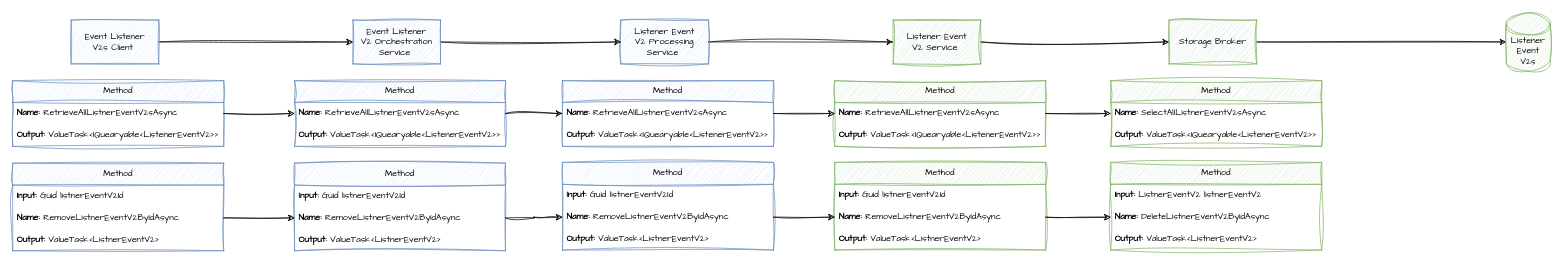
Above: page "RETRIEVE ALL AND REMOVE LISTENER EVENTV2" (5 of 5) of EventHighway.Designs/EVENTS.drawio in hassanhabib/EventHighway (draw.io), before the change. Source tidied: cells renumbered, new cells numbered last; positions are measured from the earlier drawing's top-left corner, leaving out a move shared by most shapes. Both pictures are drawn from the tidied source at 73%, with x=0, y=0 at pixel (12, 12).
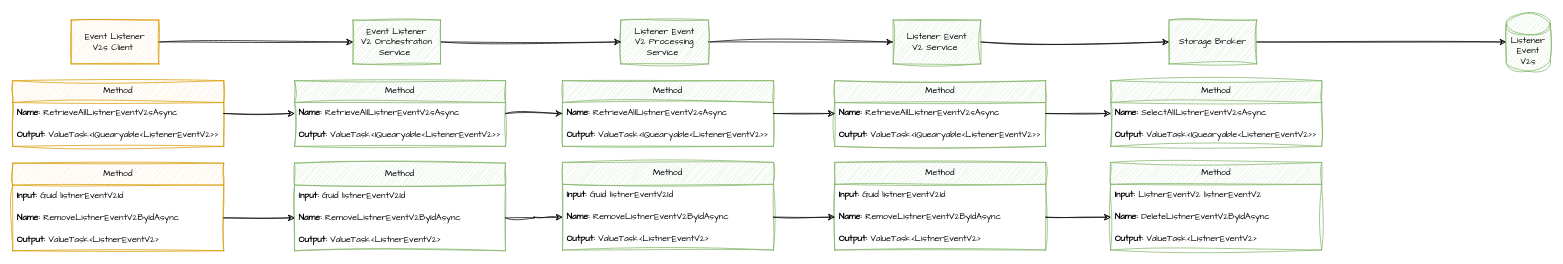
The same diagram, later.

Commit message:
STATUS: Retrieve & Remove Listener Event  As Of 17-03-25

The edit, as a diff of the source:
```diff
@@
-    <mxCell id="2" value="Method" style="swimlane;fontStyle=0;horizontal=1;startSize=30;whiteSpace=wrap;html=1;sketch=1;hachureGap=4;jiggle=2;curveFitting=1;fontFamily=Architects Daughter;fillColor=#dae8fc;strokeColor=#6c8ebf;" parent="1" vertex="1">
+    <mxCell id="2" value="Method" style="swimlane;fontStyle=0;horizontal=1;startSize=30;whiteSpace=wrap;html=1;sketch=1;hachureGap=4;jiggle=2;curveFitting=1;fontFamily=Architects Daughter;fillColor=#ffe6cc;strokeColor=#d79b00;" parent="1" vertex="1">
       <mxGeometry y="93" width="289" height="90" as="geometry" />
     </mxCell>
@@
-    <mxCell id="5" value="Method" style="swimlane;fontStyle=0;horizontal=1;startSize=30;whiteSpace=wrap;html=1;sketch=1;hachureGap=4;jiggle=2;curveFitting=1;fontFamily=Architects Daughter;fillColor=#dae8fc;strokeColor=#6c8ebf;" parent="1" vertex="1">
+    <mxCell id="5" value="Method" style="swimlane;fontStyle=0;horizontal=1;startSize=30;whiteSpace=wrap;html=1;sketch=1;hachureGap=4;jiggle=2;curveFitting=1;fontFamily=Architects Daughter;fillColor=#ffe6cc;strokeColor=#d79b00;" parent="1" vertex="1">
       <mxGeometry y="206" width="289" height="120" as="geometry" />
     </mxCell>
@@
-    <mxCell id="9" value="Method" style="swimlane;fontStyle=0;horizontal=1;startSize=30;whiteSpace=wrap;html=1;sketch=1;hachureGap=4;jiggle=2;curveFitting=1;fontFamily=Architects Daughter;fillColor=#dae8fc;strokeColor=#6c8ebf;" parent="1" vertex="1">
+    <mxCell id="9" value="Method" style="swimlane;fontStyle=0;horizontal=1;startSize=30;whiteSpace=wrap;html=1;sketch=1;hachureGap=4;jiggle=2;curveFitting=1;fontFamily=Architects Daughter;fillColor=#d5e8d4;strokeColor=#82b366;" parent="1" vertex="1">
       <mxGeometry x="386" y="93" width="289" height="90" as="geometry" />
     </mxCell>
@@
-    <mxCell id="12" value="Method" style="swimlane;fontStyle=0;horizontal=1;startSize=30;whiteSpace=wrap;html=1;sketch=1;hachureGap=4;jiggle=2;curveFitting=1;fontFamily=Architects Daughter;fillColor=#dae8fc;strokeColor=#6c8ebf;" parent="1" vertex="1">
+    <mxCell id="12" value="Method" style="swimlane;fontStyle=0;horizontal=1;startSize=30;whiteSpace=wrap;html=1;sketch=1;hachureGap=4;jiggle=2;curveFitting=1;fontFamily=Architects Daughter;fillColor=#d5e8d4;strokeColor=#82b366;" parent="1" vertex="1">
       <mxGeometry x="386" y="206" width="289" height="120" as="geometry" />
     </mxCell>
@@
-    <mxCell id="18" value="Method" style="swimlane;fontStyle=0;horizontal=1;startSize=30;whiteSpace=wrap;html=1;sketch=1;hachureGap=4;jiggle=2;curveFitting=1;fontFamily=Architects Daughter;fillColor=#dae8fc;strokeColor=#6c8ebf;" parent="1" vertex="1">
+    <mxCell id="18" value="Method" style="swimlane;fontStyle=0;horizontal=1;startSize=30;whiteSpace=wrap;html=1;sketch=1;hachureGap=4;jiggle=2;curveFitting=1;fontFamily=Architects Daughter;fillColor=#d5e8d4;strokeColor=#82b366;" parent="1" vertex="1">
       <mxGeometry x="753" y="93" width="289" height="90" as="geometry" />
     </mxCell>
@@
-    <mxCell id="21" value="Method" style="swimlane;fontStyle=0;horizontal=1;startSize=30;whiteSpace=wrap;html=1;sketch=1;hachureGap=4;jiggle=2;curveFitting=1;fontFamily=Architects Daughter;fillColor=#dae8fc;strokeColor=#6c8ebf;" parent="1" vertex="1">
+    <mxCell id="21" value="Method" style="swimlane;fontStyle=0;horizontal=1;startSize=30;whiteSpace=wrap;html=1;sketch=1;hachureGap=4;jiggle=2;curveFitting=1;fontFamily=Architects Daughter;fillColor=#d5e8d4;strokeColor=#82b366;" parent="1" vertex="1">
       <mxGeometry x="753" y="205" width="289" height="120" as="geometry" />
     </mxCell>
@@
-    <mxCell id="44" value="Listener Event&lt;div&gt;V2 Processing&lt;/div&gt;&lt;div&gt;&lt;span style=&quot;background-color: transparent; color: light-dark(rgb(0, 0, 0), rgb(255, 255, 255));&quot;&gt;Service&amp;nbsp;&lt;/span&gt;&lt;/div&gt;" style="rounded=0;whiteSpace=wrap;html=1;sketch=1;hachureGap=4;jiggle=2;curveFitting=1;fontFamily=Architects Daughter;fillColor=#dae8fc;strokeColor=#6c8ebf;" parent="1" vertex="1">
+    <mxCell id="44" value="Listener Event&lt;div&gt;V2 Processing&lt;/div&gt;&lt;div&gt;&lt;span style=&quot;background-color: transparent; color: light-dark(rgb(0, 0, 0), rgb(255, 255, 255));&quot;&gt;Service&amp;nbsp;&lt;/span&gt;&lt;/div&gt;" style="rounded=0;whiteSpace=wrap;html=1;sketch=1;hachureGap=4;jiggle=2;curveFitting=1;fontFamily=Architects Daughter;fillColor=#d5e8d4;strokeColor=#82b366;" parent="1" vertex="1">
       <mxGeometry x="833" y="10" width="120" height="60" as="geometry" />
     </mxCell>
@@
-    <mxCell id="53" value="Event Listener&lt;div&gt;V2s&amp;nbsp;&lt;span style=&quot;background-color: transparent; color: light-dark(rgb(0, 0, 0), rgb(255, 255, 255));&quot;&gt;Client&amp;nbsp;&lt;/span&gt;&lt;/div&gt;" style="rounded=0;whiteSpace=wrap;html=1;sketch=1;hachureGap=4;jiggle=2;curveFitting=1;fontFamily=Architects Daughter;fillColor=#dae8fc;strokeColor=#6c8ebf;" parent="1" vertex="1">
+    <mxCell id="53" value="Event Listener&lt;div&gt;V2s&amp;nbsp;&lt;span style=&quot;background-color: transparent; color: light-dark(rgb(0, 0, 0), rgb(255, 255, 255));&quot;&gt;Client&amp;nbsp;&lt;/span&gt;&lt;/div&gt;" style="rounded=0;whiteSpace=wrap;html=1;sketch=1;hachureGap=4;jiggle=2;curveFitting=1;fontFamily=Architects Daughter;fillColor=#ffe6cc;strokeColor=#d79b00;" parent="1" vertex="1">
       <mxGeometry x="80" y="10" width="120" height="60" as="geometry" />
     </mxCell>
@@
-    <mxCell id="55" value="Event Listener&lt;div&gt;V2 Orchestration&lt;/div&gt;&lt;div&gt;&lt;span style=&quot;background-color: transparent; color: light-dark(rgb(0, 0, 0), rgb(255, 255, 255));&quot;&gt;Service&amp;nbsp;&lt;/span&gt;&lt;/div&gt;" style="rounded=0;whiteSpace=wrap;html=1;sketch=1;hachureGap=4;jiggle=2;curveFitting=1;fontFamily=Architects Daughter;fillColor=#dae8fc;strokeColor=#6c8ebf;" parent="1" vertex="1">
+    <mxCell id="55" value="Event Listener&lt;div&gt;V2 Orchestration&lt;/div&gt;&lt;div&gt;&lt;span style=&quot;background-color: transparent; color: light-dark(rgb(0, 0, 0), rgb(255, 255, 255));&quot;&gt;Service&amp;nbsp;&lt;/span&gt;&lt;/div&gt;" style="rounded=0;whiteSpace=wrap;html=1;sketch=1;hachureGap=4;jiggle=2;curveFitting=1;fontFamily=Architects Daughter;fillColor=#d5e8d4;strokeColor=#82b366;" parent="1" vertex="1">
       <mxGeometry x="466" y="10" width="120" height="60" as="geometry" />
     </mxCell>
```
